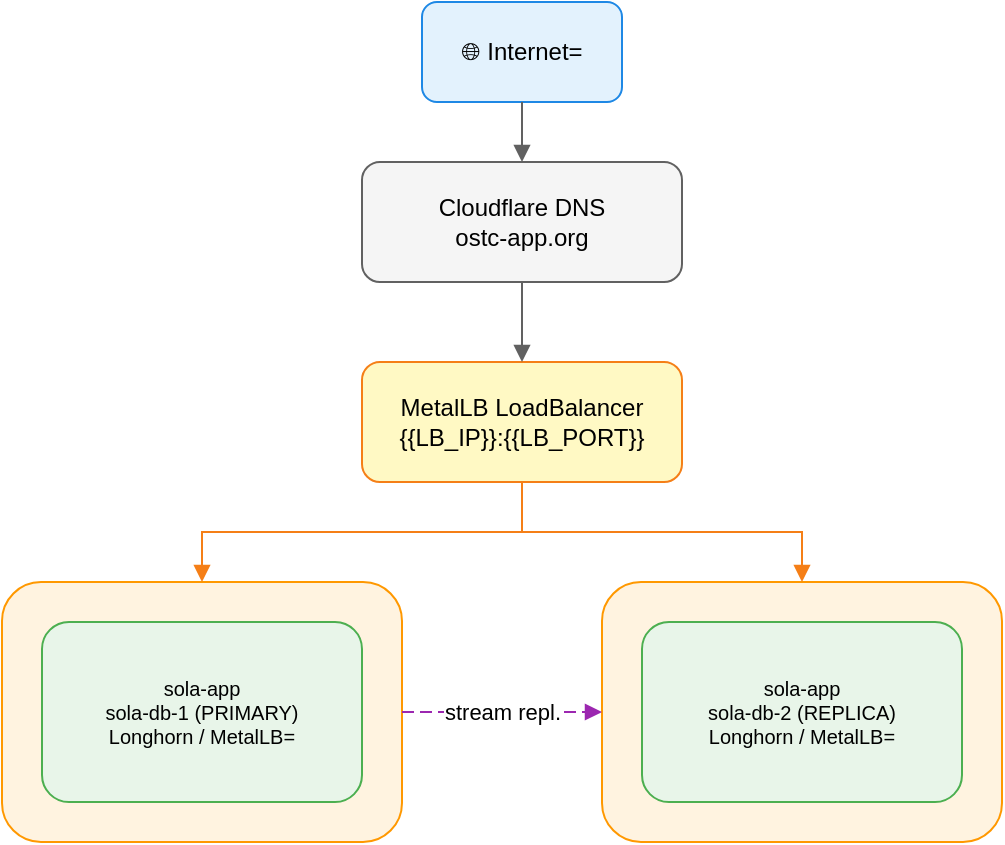
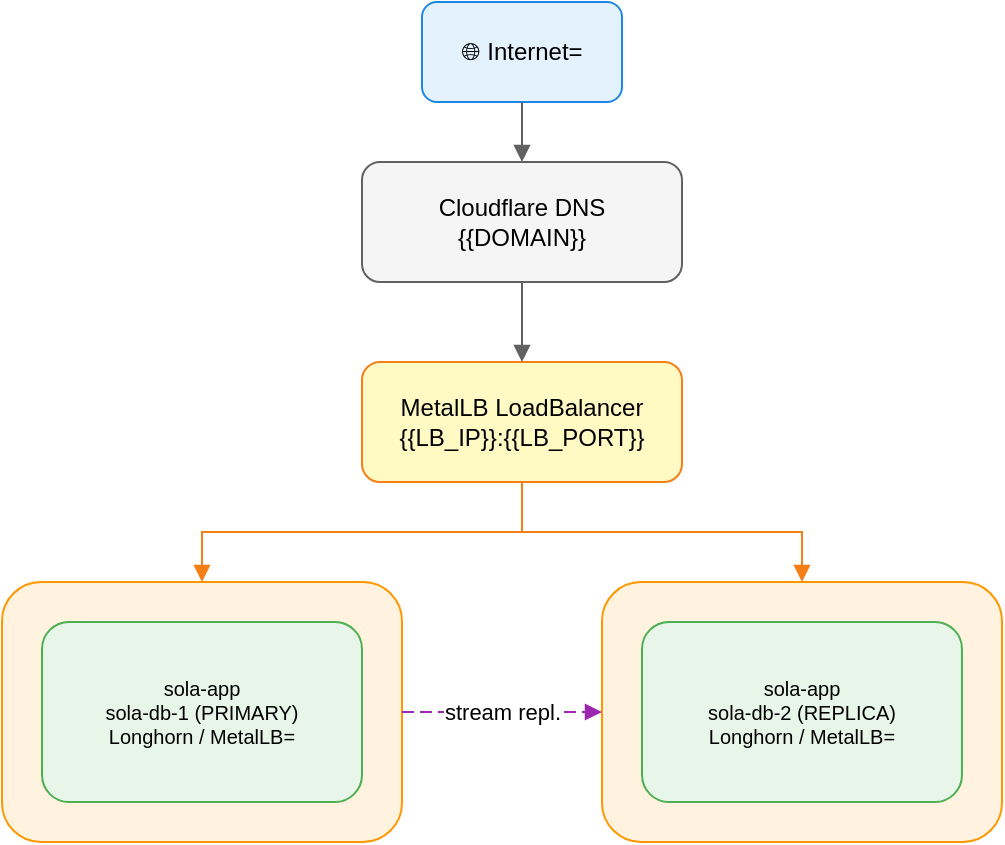
<?xml version="1.0" encoding="UTF-8"?>
<mxfile host="app.diagrams.net" agent="Hermes Agent=" version="24.2.5">
  <diagram name="k3s-arhitektura" id="diagram-k3s-arhitektura.drawio">
    <mxGraphModel dx="1000" dy="600" grid="1" gridSize="10" guides="1" tooltips="1" connect="1" arrows="1" fold="1" page="1" pageScale="1" pageWidth="827" pageHeight="1169" math="0" shadow="0">
      <root>
        <mxCell id="0" />
        <mxCell id="1" parent="0" />
        <mxCell id="d5-2" value="🌐 Internet=" style="rounded=1;whiteSpace=wrap;html=1;fillColor=#E3F2FD;strokeColor=#1E88E5;fontSize=12;" vertex="1" parent="1">
          <mxGeometry x="250" y="10" width="100" height="50" as="geometry" />
        </mxCell>
-         <mxCell id="d5-3" value="Cloudflare DNS&#xa;ostc-app.org" style="rounded=1;whiteSpace=wrap;html=1;fillColor=#F5F5F5;strokeColor=#616161;fontSize=12;" vertex="1" parent="1">
+         <mxCell id="d5-3" value="Cloudflare DNS&#xa;{{DOMAIN}}" style="rounded=1;whiteSpace=wrap;html=1;fillColor=#F5F5F5;strokeColor=#616161;fontSize=12;" vertex="1" parent="1">
          <mxGeometry x="220" y="90" width="160" height="60" as="geometry" />
        </mxCell>
        <mxCell id="d5-4" value="MetalLB LoadBalancer&#xa;{{LB_IP}}:{{LB_PORT}}" style="rounded=1;whiteSpace=wrap;html=1;fillColor=#FFF9C4;strokeColor=#F57F17;fontSize=12;" vertex="1" parent="1">
          <mxGeometry x="220" y="190" width="160" height="60" as="geometry" />
        </mxCell>
        <mxCell id="d5-5" value="k3s-1 (cp, etcd)&#xa;{{K3S_1_IP}}" style="rounded=1;whiteSpace=wrap;html=1;fillColor=#FFF3E0;strokeColor=#FF9800;fontSize=11;" vertex="1" parent="1">
          <mxGeometry x="40" y="300" width="200" height="130" as="geometry" />
        </mxCell>
        <mxCell id="d5-6" value="k3s-2 (cp, etcd)&#xa;{{K3S_2_IP}}" style="rounded=1;whiteSpace=wrap;html=1;fillColor=#FFF3E0;strokeColor=#FF9800;fontSize=11;" vertex="1" parent="1">
          <mxGeometry x="340" y="300" width="200" height="130" as="geometry" />
        </mxCell>
        <mxCell id="d5-7" value="sola-app&#xa;sola-db-1 (PRIMARY)&#xa;Longhorn / MetalLB=" style="rounded=1;whiteSpace=wrap;html=1;fillColor=#E8F5E9;strokeColor=#4CAF50;fontSize=10;" vertex="1" parent="1">
          <mxGeometry x="60" y="320" width="160" height="90" as="geometry" />
        </mxCell>
        <mxCell id="d5-8" value="sola-app&#xa;sola-db-2 (REPLICA)&#xa;Longhorn / MetalLB=" style="rounded=1;whiteSpace=wrap;html=1;fillColor=#E8F5E9;strokeColor=#4CAF50;fontSize=10;" vertex="1" parent="1">
          <mxGeometry x="360" y="320" width="160" height="90" as="geometry" />
        </mxCell>
        <mxCell id="d5-9" style="edgeStyle=orthogonalEdgeStyle;rounded=0;orthogonalLoop=1;jettySize=auto;html=1;endArrow=block;strokeColor=#616161;" edge="1" parent="1" source="d5-2" target="d5-3">
          <mxGeometry relative="1" as="geometry" />
        </mxCell>
        <mxCell id="d5-10" style="edgeStyle=orthogonalEdgeStyle;rounded=0;orthogonalLoop=1;jettySize=auto;html=1;endArrow=block;strokeColor=#616161;" edge="1" parent="1" source="d5-3" target="d5-4">
          <mxGeometry relative="1" as="geometry" />
        </mxCell>
        <mxCell id="d5-11" style="edgeStyle=orthogonalEdgeStyle;rounded=0;orthogonalLoop=1;jettySize=auto;html=1;endArrow=block;strokeColor=#F57F17;" edge="1" parent="1" source="d5-4" target="d5-5">
          <mxGeometry relative="1" as="geometry" />
        </mxCell>
        <mxCell id="d5-12" style="edgeStyle=orthogonalEdgeStyle;rounded=0;orthogonalLoop=1;jettySize=auto;html=1;endArrow=block;strokeColor=#F57F17;" edge="1" parent="1" source="d5-4" target="d5-6">
          <mxGeometry relative="1" as="geometry" />
        </mxCell>
        <mxCell id="d5-13" value="stream repl." style="edgeStyle=orthogonalEdgeStyle;rounded=0;orthogonalLoop=1;jettySize=auto;html=1;endArrow=block;dashed=1;dashPattern=6 3;strokeColor=#9C27B0;fontSize=11;" edge="1" parent="1" source="d5-5" target="d5-6">
          <mxGeometry relative="1" as="geometry">
            <mxPoint as="offset" />
          </mxGeometry>
        </mxCell>
      </root>
    </mxGraphModel>
  </diagram>
</mxfile>